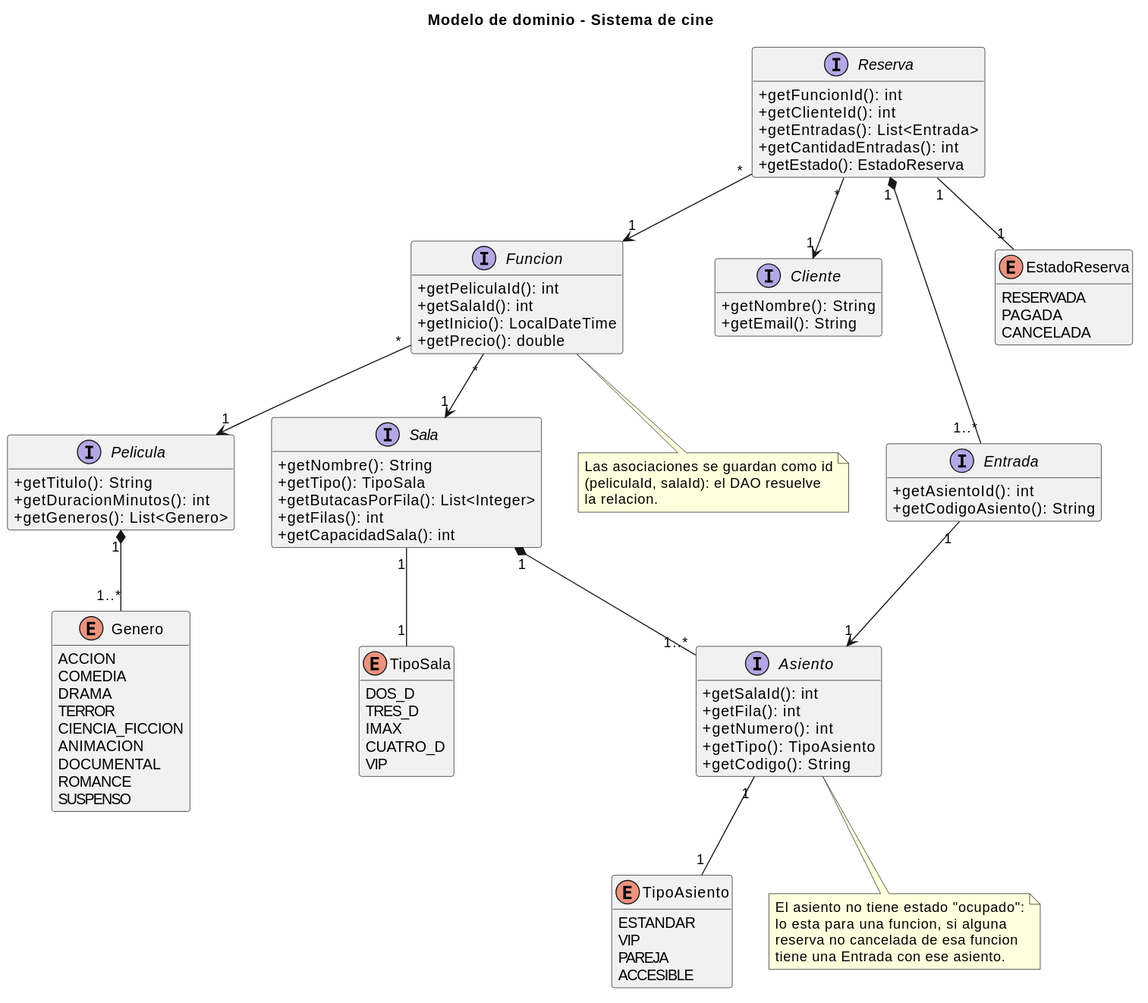
Above: cine-backend/docs/diagramas/clases-dominio.svg in andreiveisuade/cine-uade (PlantUML), before the change.
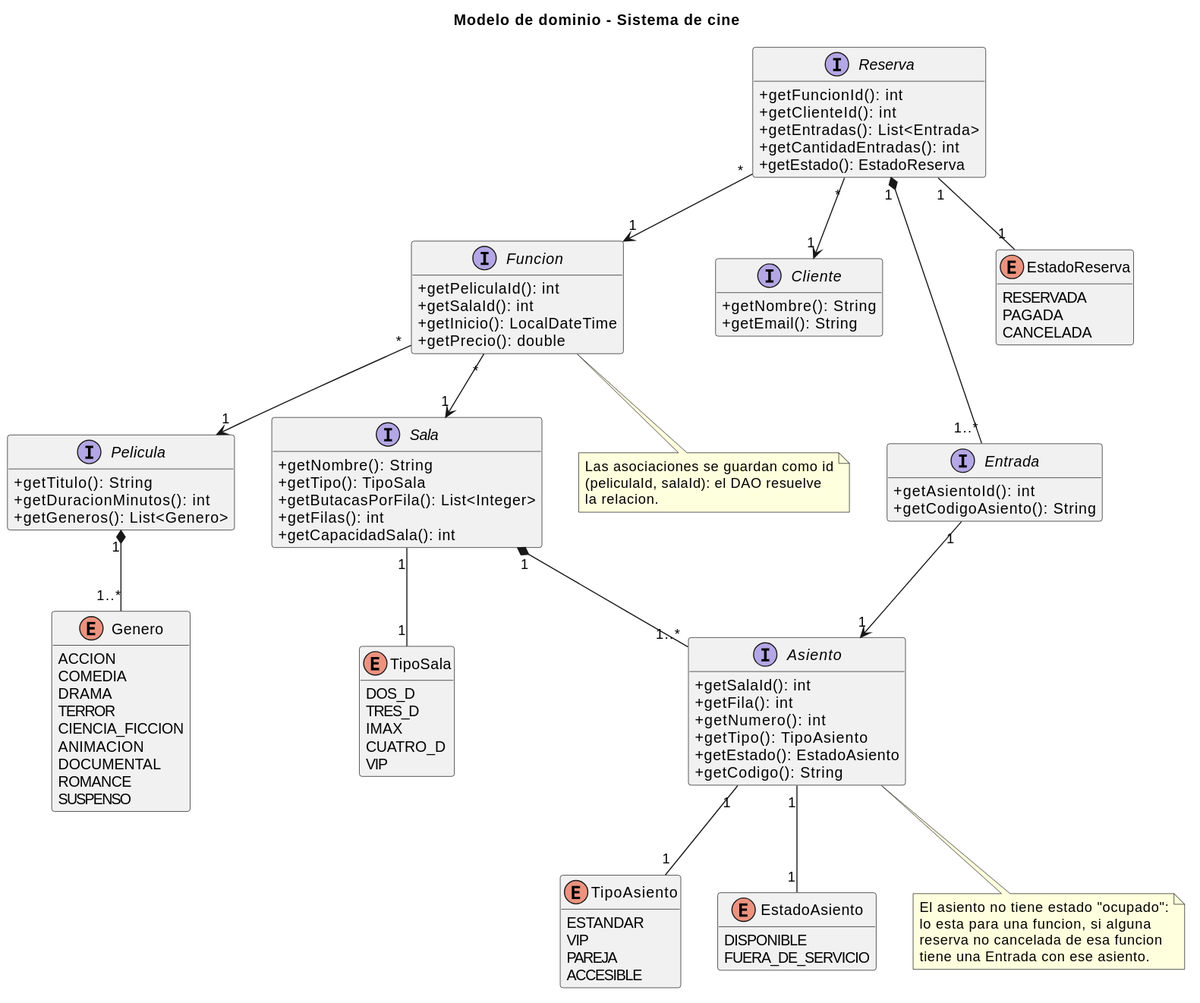
The same diagram one commit later.

Diff of the diagram source:
```diff
@@ -23,6 +23,7 @@
   +getFila(): int
   +getNumero(): int
   +getTipo(): TipoAsiento
+  +getEstado(): EstadoAsiento
   +getCodigo(): String
 }
 
@@ -78,6 +79,11 @@
   ACCESIBLE
 }
 
+enum EstadoAsiento {
+  DISPONIBLE
+  FUERA_DE_SERVICIO
+}
+
 enum EstadoReserva {
   RESERVADA
   PAGADA
@@ -87,6 +93,7 @@
 Pelicula "1" *-- "1..*" Genero
 Sala "1" -- "1" TipoSala
 Asiento "1" -- "1" TipoAsiento
+Asiento "1" -- "1" EstadoAsiento
 Reserva "1" -- "1" EstadoReserva
 
 Sala "1" *-- "1..*" Asiento
```
